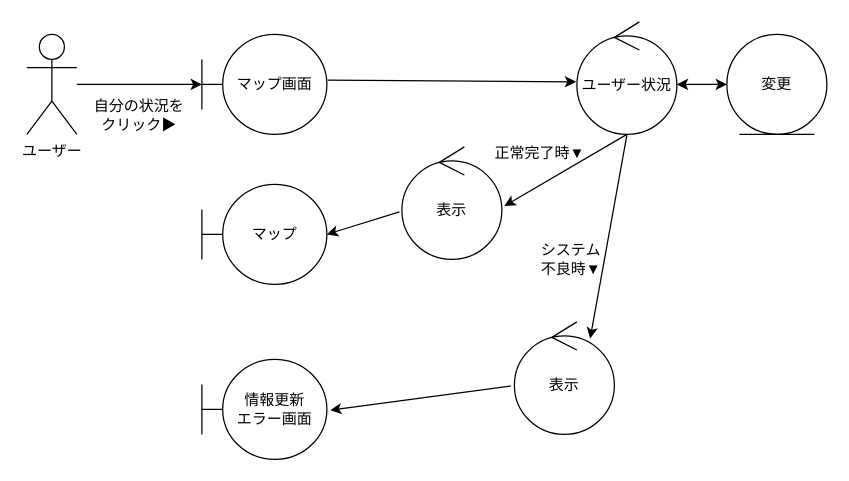
Earlier version of the draw.io diagram page "自身の状況を変更する" (4 of 8) of out/ロバストネス図/ユーザー２-ロバストネス図.drawio (ksw2270227/GroupF). Source tidied: cells renumbered, new cells numbered last; positions are measured from the earlier drawing's top-left corner, leaving out a move shared by most shapes. Both pictures are drawn from the tidied source at 125%, with x=0, y=0 at pixel (26, 21).
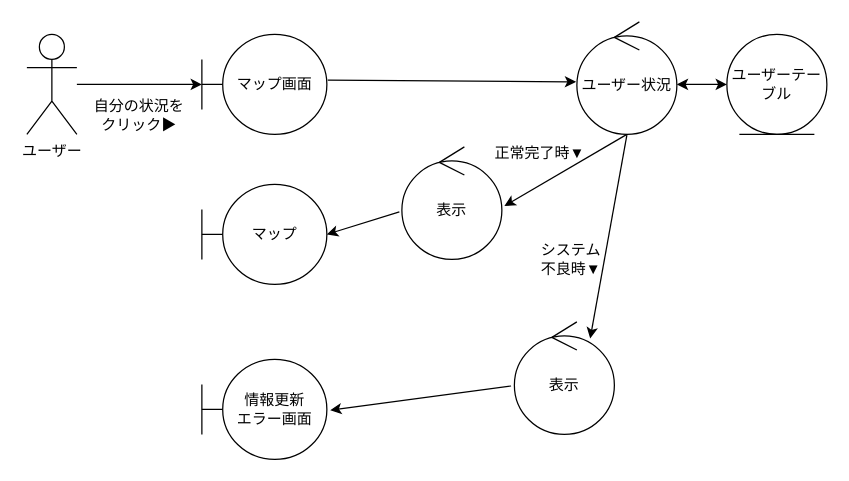
The same diagram, later.

What changed in the source:
```diff
@@
-    <mxCell id="4" value="変更" style="ellipse;shape=umlEntity;whiteSpace=wrap;html=1;" parent="1" vertex="1">
+    <mxCell id="4" value="ユーザーテーブル" style="ellipse;shape=umlEntity;whiteSpace=wrap;html=1;" parent="1" vertex="1">
       <mxGeometry x="560" y="10" width="80" height="80" as="geometry" />
     </mxCell>
```
